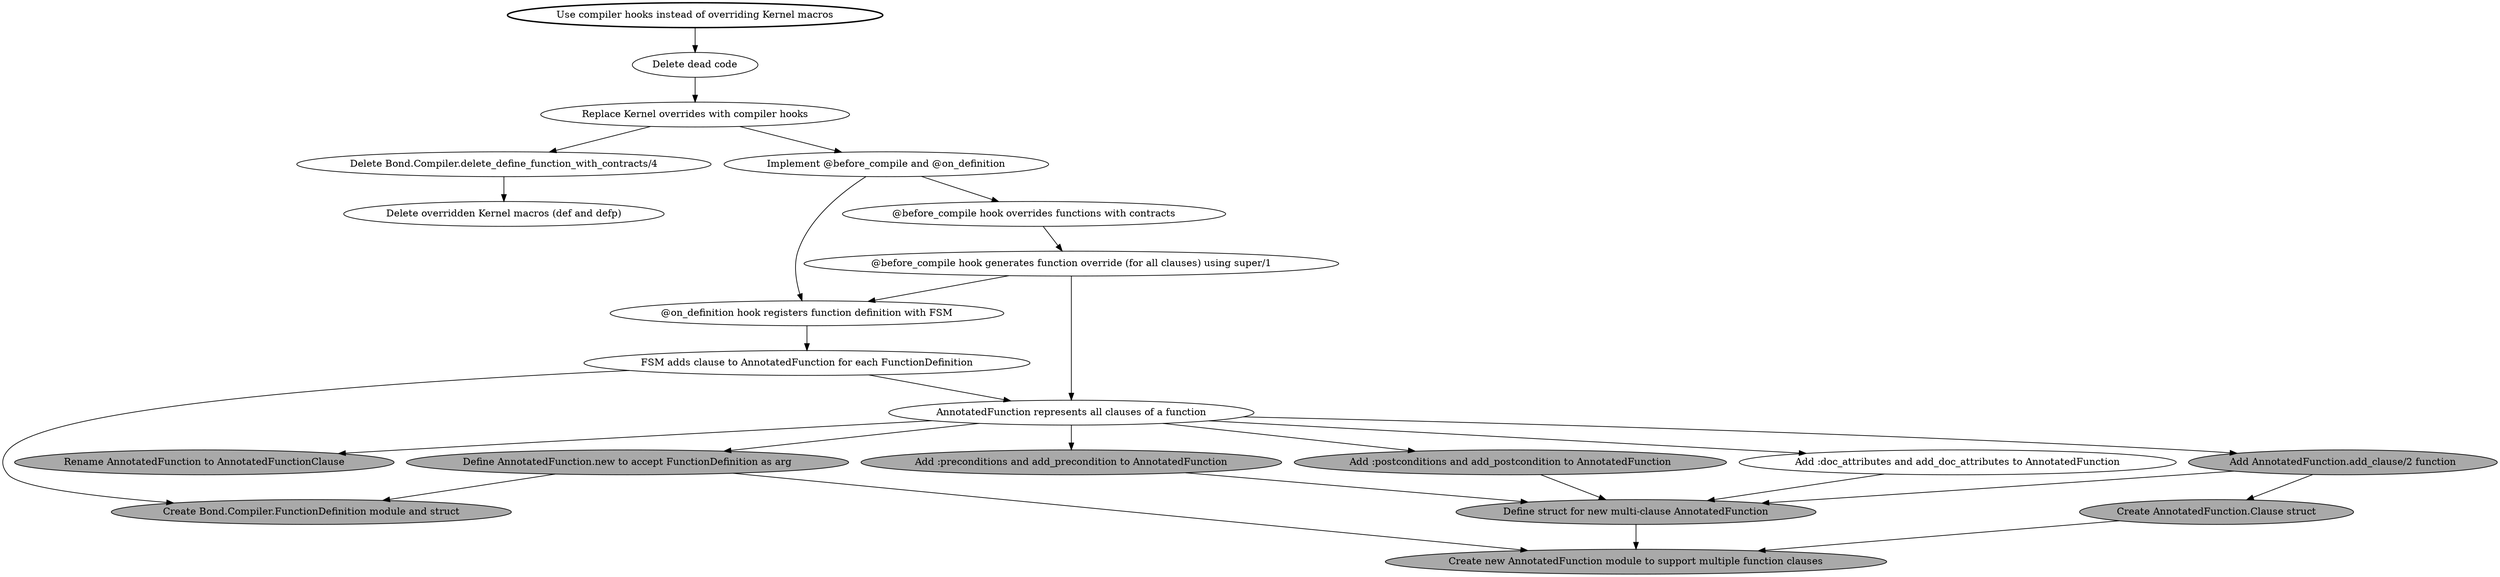
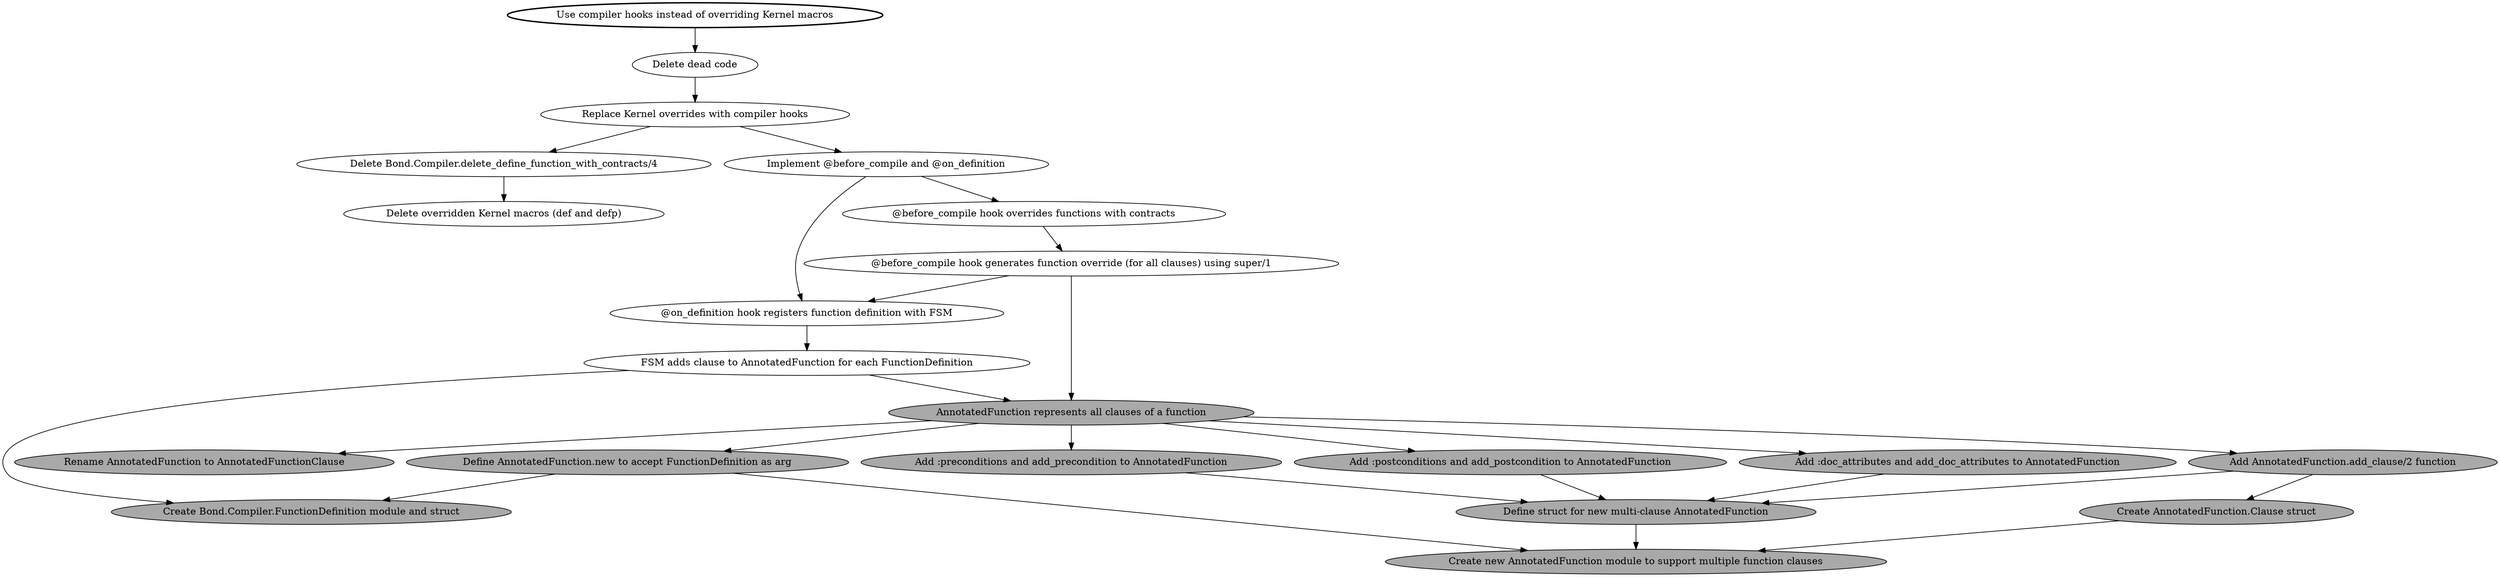
digraph {
  goal [label = "Use compiler hooks instead of overriding Kernel macros", style = bold]
  replace_kernel_overrides_with_compiler_hooks [label = "Replace Kernel overrides with compiler hooks"]

  delete_dead_code [label="Delete dead code"]
  delete_kernel_overrides [label = "Delete overridden Kernel macros (def and defp)"]
  delete_define_function_with_contracts [label="Delete Bond.Compiler.delete_define_function_with_contracts/4"]
  implement_compiler_hooks [label = "Implement @before_compile and @on_definition"]
  on_definition [label="@on_definition hook registers function definition with FSM"]
  before_compile [label="@before_compile hook overrides functions with contracts"]

  before_compile_generates_override [label="@before_compile hook generates function override (for all clauses) using super/1"]

  function_definition [label="Create Bond.Compiler.FunctionDefinition module and struct", fillcolor=darkgrey, style=filled]

-   annotated_function_multi_clause [label="AnnotatedFunction represents all clauses of a function"]
+   annotated_function_multi_clause [label="AnnotatedFunction represents all clauses of a function", fillcolor=darkgrey, style=filled]
  rename_annotated_function [label="Rename AnnotatedFunction to AnnotatedFunctionClause", fillcolor=darkgrey, style=filled]
  create_new_annotated_function [label="Create new AnnotatedFunction module to support multiple function clauses", fillcolor=darkgrey, style=filled]
  annotated_function_struct [label="Define struct for new multi-clause AnnotatedFunction", fillcolor=darkgrey, style=filled]
  annotated_function_new [label="Define AnnotatedFunction.new to accept FunctionDefinition as arg", fillcolor=darkgrey, style=filled]
  create_annotated_function_clause [label="Create AnnotatedFunction.Clause struct", fillcolor=darkgrey, style=filled]
  add_clause_to_annotated_function [label="Add AnnotatedFunction.add_clause/2 function", fillcolor=darkgrey, style=filled]
  add_preconditions_to_annotated_function [label="Add :preconditions and add_precondition to AnnotatedFunction", fillcolor=darkgrey, style=filled]
  add_postconditions_to_annotated_function [label="Add :postconditions and add_postcondition to AnnotatedFunction", fillcolor=darkgrey, style=filled]
-   add_doc_attributes_to_annotated_function [label="Add :doc_attributes and add_doc_attributes to AnnotatedFunction"]
+   add_doc_attributes_to_annotated_function [label="Add :doc_attributes and add_doc_attributes to AnnotatedFunction", fillcolor=darkgrey, style=filled]

  fsm_multi_clause_functions [label="FSM adds clause to AnnotatedFunction for each FunctionDefinition"]

  goal -> delete_dead_code -> replace_kernel_overrides_with_compiler_hooks
  replace_kernel_overrides_with_compiler_hooks -> delete_define_function_with_contracts -> delete_kernel_overrides
  replace_kernel_overrides_with_compiler_hooks -> implement_compiler_hooks
  implement_compiler_hooks -> {on_definition before_compile}
  on_definition -> fsm_multi_clause_functions -> {function_definition annotated_function_multi_clause}
  annotated_function_multi_clause -> {rename_annotated_function add_clause_to_annotated_function annotated_function_new add_preconditions_to_annotated_function add_postconditions_to_annotated_function add_doc_attributes_to_annotated_function}
  {add_preconditions_to_annotated_function add_postconditions_to_annotated_function add_doc_attributes_to_annotated_function} -> annotated_function_struct
  annotated_function_struct -> create_new_annotated_function
  annotated_function_new -> {function_definition create_new_annotated_function}
  add_clause_to_annotated_function -> {create_annotated_function_clause annotated_function_struct}
  create_annotated_function_clause -> create_new_annotated_function
  before_compile -> before_compile_generates_override -> {on_definition annotated_function_multi_clause}
}
